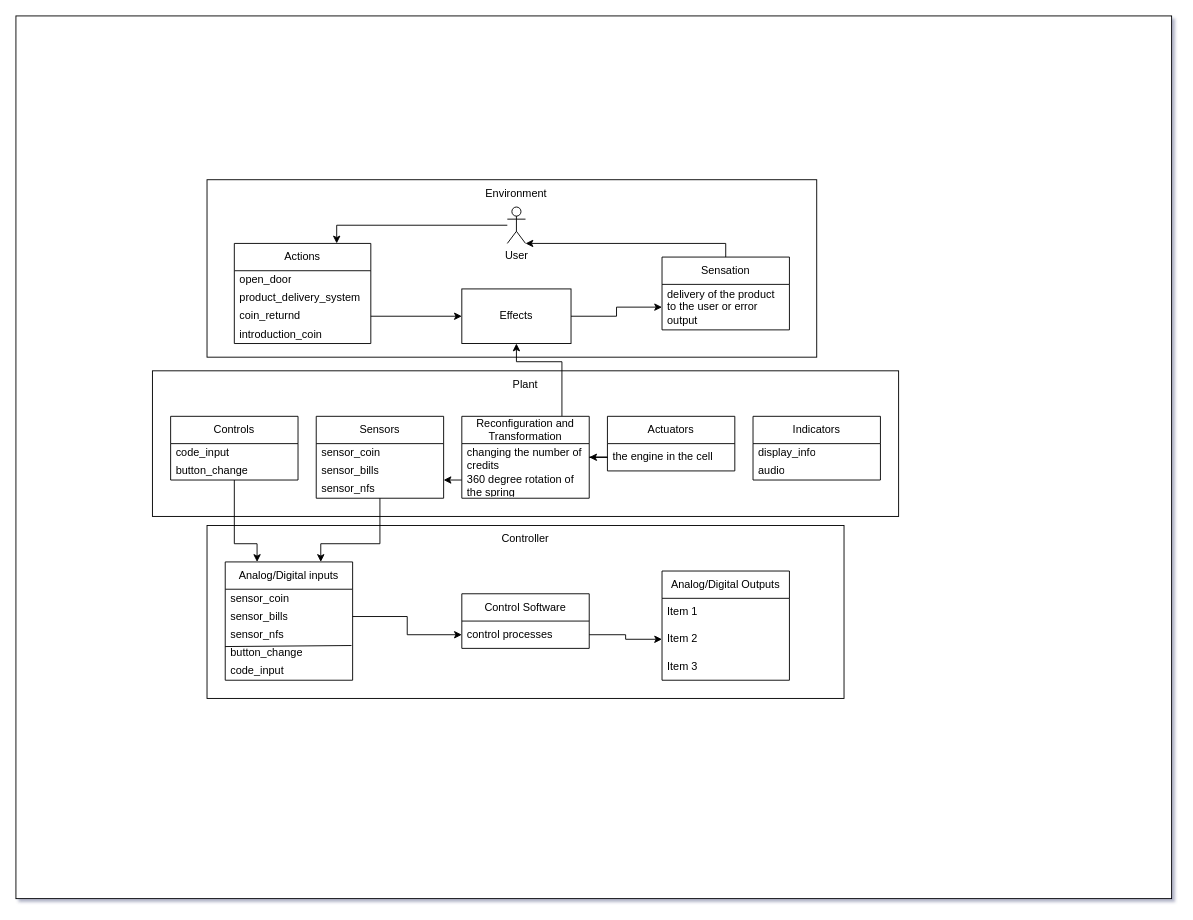
Above: Диаграмма без названия.drawio in EmelyanovAlexey/Artificial_intelligence (draw.io), before the change. Source tidied: cells renumbered, new cells numbered last; positions are measured from the earlier drawing's top-left corner, leaving out a move shared by most shapes. Both pictures are drawn from the tidied source at 91%, with x=0, y=0 at pixel (15, 15).
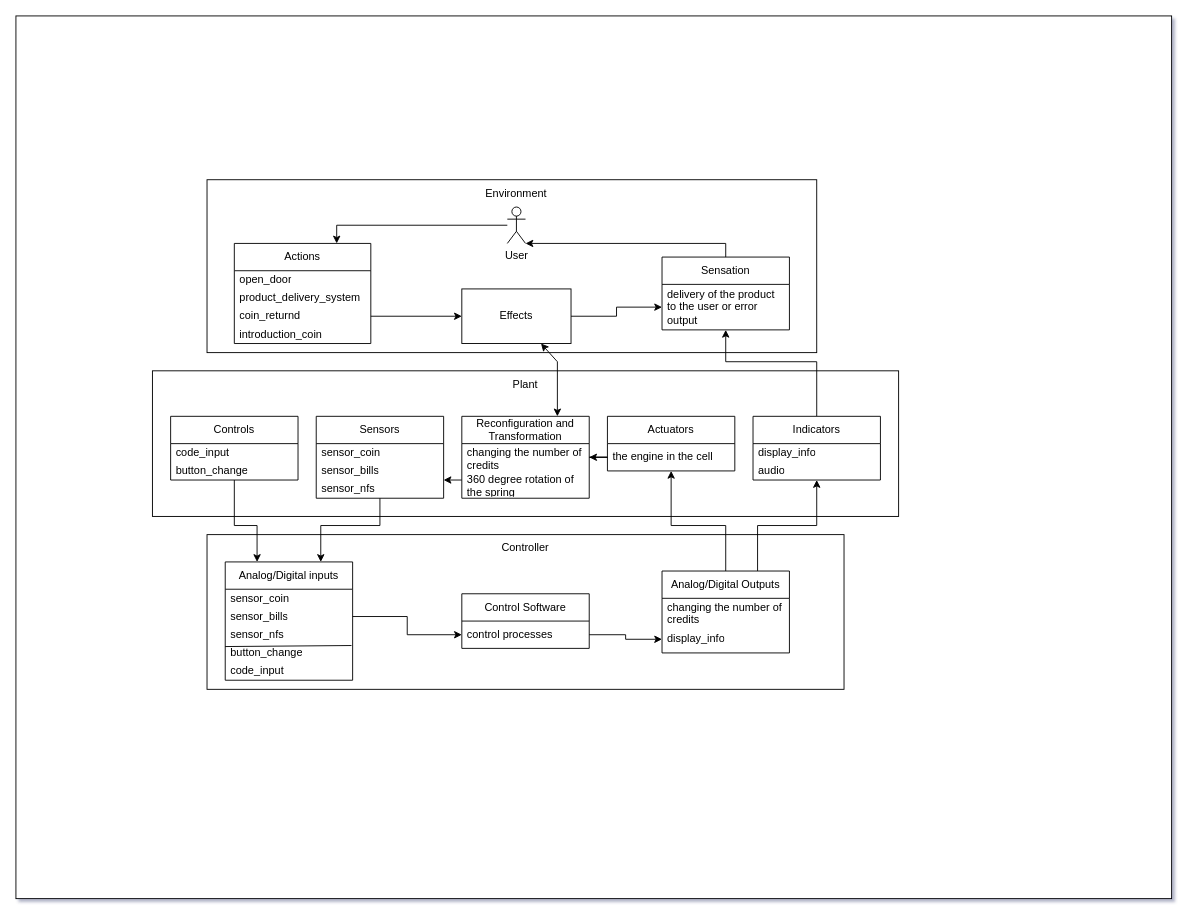
Above is the later version.

Unchanged cells that the change refers to:
```xml
<mxCell id="12" value="Sensation" style="swimlane;fontStyle=0;horizontal=1;startSize=30;whiteSpace=wrap;html=1;" parent="1" vertex="1">
  <mxGeometry x="710" y="265" width="140" height="80" as="geometry" />
</mxCell>
<mxCell id="15" value="Effects" style="rounded=0;whiteSpace=wrap;html=1;" parent="1" vertex="1">
  <mxGeometry x="490" y="300" width="120" height="60" as="geometry" />
</mxCell>
<mxCell id="21" value="Controls" style="swimlane;fontStyle=0;horizontal=1;startSize=30;whiteSpace=wrap;html=1;" parent="1" vertex="1">
  <mxGeometry x="170" y="440" width="140" height="70" as="geometry" />
</mxCell>
<mxCell id="25" value="Sensors" style="swimlane;fontStyle=0;horizontal=1;startSize=30;whiteSpace=wrap;html=1;" parent="1" vertex="1">
  <mxGeometry x="330" y="440" width="140" height="90" as="geometry" />
</mxCell>
<mxCell id="31" value="Reconfiguration and&lt;br&gt;Transformation" style="swimlane;fontStyle=0;horizontal=1;startSize=30;whiteSpace=wrap;html=1;" parent="1" vertex="1">
  <mxGeometry x="490" y="440" width="140" height="90" as="geometry" />
</mxCell>
<mxCell id="34" value="Actuators" style="swimlane;fontStyle=0;horizontal=1;startSize=30;whiteSpace=wrap;html=1;" parent="1" vertex="1">
  <mxGeometry x="650" y="440" width="140" height="60" as="geometry" />
</mxCell>
<mxCell id="36" value="Analog/Digital inputs" style="swimlane;fontStyle=0;horizontal=1;startSize=30;whiteSpace=wrap;html=1;" parent="1" vertex="1">
  <mxGeometry x="230" y="600" width="140" height="130" as="geometry" />
</mxCell>
<mxCell id="49" value="Indicators" style="swimlane;fontStyle=0;horizontal=1;startSize=30;whiteSpace=wrap;html=1;" parent="1" vertex="1">
  <mxGeometry x="810" y="440" width="140" height="70" as="geometry" />
</mxCell>
```

The edit, as a diff of the source:
```diff
@@
     <mxCell id="3" style="rounded=0;whiteSpace=wrap;html=1;fillColor=none;" parent="1" vertex="1">
-      <mxGeometry x="210" y="180" width="670" height="195" as="geometry" />
+      <mxGeometry x="210" y="180" width="670" height="190" as="geometry" />
     </mxCell>
@@
     <mxCell id="17" style="rounded=0;whiteSpace=wrap;html=1;" parent="1" vertex="1">
-      <mxGeometry x="210" y="560" width="700" height="190" as="geometry" />
+      <mxGeometry x="210" y="570" width="700" height="170" as="geometry" />
     </mxCell>
@@
     <mxCell id="19" value="Controller" style="text;html=1;align=center;verticalAlign=middle;whiteSpace=wrap;rounded=0;" parent="1" vertex="1">
-      <mxGeometry x="530" y="560" width="60" height="30" as="geometry" />
+      <mxGeometry x="530" y="569.5" width="60" height="30" as="geometry" />
     </mxCell>
     <mxCell id="20" style="edgeStyle=orthogonalEdgeStyle;rounded=0;jettySize=auto;html=1;entryX=0.25;entryY=0;entryDx=0;entryDy=0;" parent="1" edge="1" source="21" target="36">
       <mxGeometry relative="1" as="geometry">
         <Array as="points">
-          <mxPoint x="240" y="580" />
-          <mxPoint x="265" y="580" />
+          <mxPoint x="240" y="560" />
+          <mxPoint x="265" y="560" />
         </Array>
       </mxGeometry>
     </mxCell>
@@
     <mxCell id="24" style="edgeStyle=orthogonalEdgeStyle;rounded=0;jettySize=auto;html=1;entryX=0.75;entryY=0;entryDx=0;entryDy=0;" parent="1" edge="1" source="25" target="36">
       <mxGeometry relative="1" as="geometry">
         <Array as="points">
-          <mxPoint x="400" y="580" />
-          <mxPoint x="335" y="580" />
+          <mxPoint x="400" y="560" />
+          <mxPoint x="335" y="560" />
         </Array>
       </mxGeometry>
     </mxCell>
@@
-    <mxCell id="29" style="edgeStyle=orthogonalEdgeStyle;rounded=0;jettySize=auto;html=1;entryX=0.5;entryY=1;entryDx=0;entryDy=0;" parent="1" edge="1" source="31" target="15">
-      <mxGeometry relative="1" as="geometry">
-        <Array as="points">
-          <mxPoint x="600" y="380" />
-          <mxPoint x="550" y="380" />
-        </Array>
-      </mxGeometry>
-    </mxCell>
@@
+    <mxCell id="57" style="edgeStyle=orthogonalEdgeStyle;rounded=0;jettySize=auto;html=1;exitX=0.75;exitY=0;exitDx=0;exitDy=0;" parent="1" edge="1" source="45" target="49">
+      <mxGeometry relative="1" as="geometry" />
+    </mxCell>
+    <mxCell id="58" style="edgeStyle=orthogonalEdgeStyle;rounded=0;jettySize=auto;html=1;" parent="1" edge="1" source="45" target="34">
+      <mxGeometry relative="1" as="geometry">
+        <Array as="points">
+          <mxPoint x="780" y="560" />
+          <mxPoint x="720" y="560" />
+        </Array>
+      </mxGeometry>
+    </mxCell>
     <mxCell id="45" value="Analog/Digital Outputs" style="swimlane;fontStyle=0;horizontal=1;startSize=30;whiteSpace=wrap;html=1;" parent="1" vertex="1">
-      <mxGeometry x="710" y="610" width="140" height="120" as="geometry" />
+      <mxGeometry x="710" y="610" width="140" height="90" as="geometry" />
     </mxCell>
-    <mxCell id="46" value="Item 1" style="text;strokeColor=none;fillColor=none;align=left;verticalAlign=middle;spacingLeft=4;spacingRight=4;overflow=hidden;whiteSpace=wrap;html=1;" parent="45" vertex="1">
+    <mxCell id="46" value="сhanging the number of credits" style="text;strokeColor=none;fillColor=none;align=left;verticalAlign=middle;spacingLeft=4;spacingRight=4;overflow=hidden;whiteSpace=wrap;html=1;" parent="45" vertex="1">
       <mxGeometry y="30" width="140" height="30" as="geometry" />
     </mxCell>
-    <mxCell id="47" value="Item 2" style="text;strokeColor=none;fillColor=none;align=left;verticalAlign=middle;spacingLeft=4;spacingRight=4;overflow=hidden;points=[[0,0.5],[1,0.5]];portConstraint=eastwest;whiteSpace=wrap;html=1;" parent="45" vertex="1">
+    <mxCell id="47" value="display_info" style="text;strokeColor=none;fillColor=none;align=left;verticalAlign=middle;spacingLeft=4;spacingRight=4;overflow=hidden;points=[[0,0.5],[1,0.5]];portConstraint=eastwest;whiteSpace=wrap;html=1;" parent="45" vertex="1">
       <mxGeometry y="60" width="140" height="30" as="geometry" />
     </mxCell>
-    <mxCell id="48" value="Item 3" style="text;strokeColor=none;fillColor=none;align=left;verticalAlign=middle;spacingLeft=4;spacingRight=4;overflow=hidden;whiteSpace=wrap;html=1;" parent="45" vertex="1">
-      <mxGeometry y="90" width="140" height="30" as="geometry" />
-    </mxCell>
+    <mxCell id="59" style="edgeStyle=orthogonalEdgeStyle;rounded=0;jettySize=auto;html=1;" parent="1" edge="1" source="49" target="12">
+      <mxGeometry relative="1" as="geometry">
+        <Array as="points">
+          <mxPoint x="880" y="380" />
+          <mxPoint x="780" y="380" />
+        </Array>
+      </mxGeometry>
+    </mxCell>
@@
+    <mxCell id="60" style="endArrow=classic;startArrow=classic;html=1;rounded=0;entryX=0.75;entryY=0;entryDx=0;entryDy=0;" parent="1" edge="1" source="15" target="31">
+      <mxGeometry relative="1" as="geometry">
+        <Array as="points">
+          <mxPoint x="595" y="380" />
+        </Array>
+      </mxGeometry>
+    </mxCell>
```
